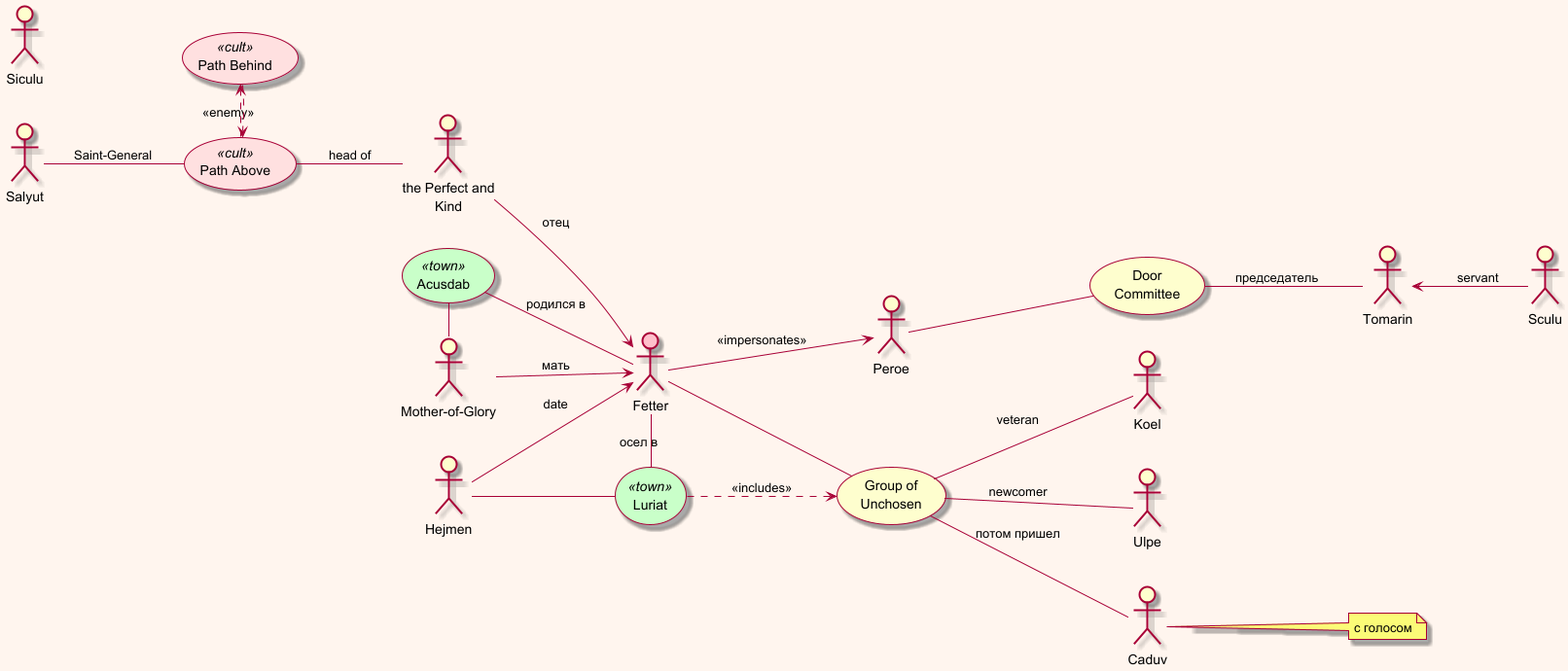
Earlier version of the PlantUML export The Saint of Bright Doors/The Saint of Bright Doors.png (olek3/reading).
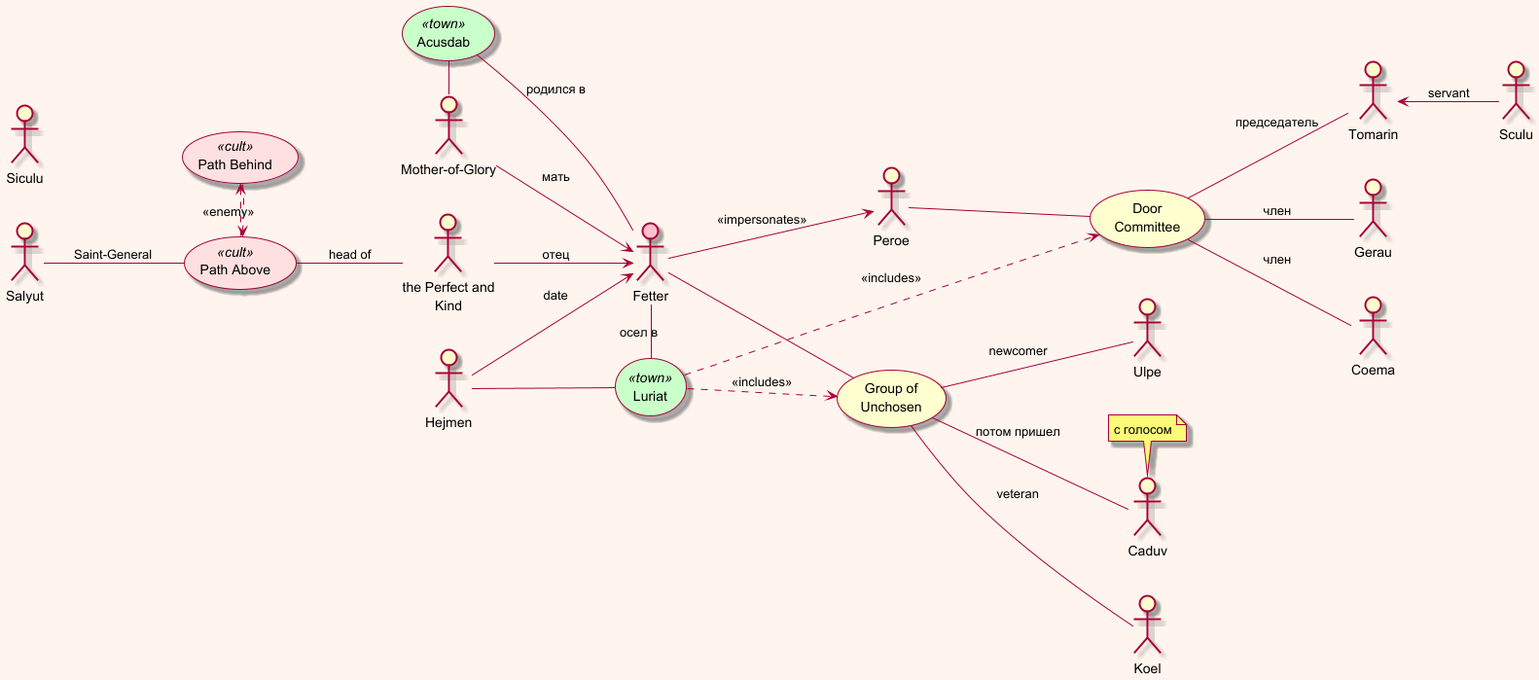
Later version of the same file.

Commit message:
комитет двери

Change to the diagram source:
```diff
@@ -48,7 +48,7 @@
 group -- :Caduv: : потом пришел
 
 note "с голосом"  as caduvNote
-:Caduv: .. caduvNote
+caduvNote . :Caduv:
 
 
 (Path Above) as above <<cult>>
@@ -72,4 +72,9 @@
 (Door Committee ) -- :Tomarin: : председатель
 :Tomarin: <-- :Sculu: : servant
 
+luriat ...> (Door Committee ) : <<includes>>
+
+(Door Committee ) -- :Gerau: : член
+(Door Committee ) -- :Coema: : член
+
 @enduml
```
